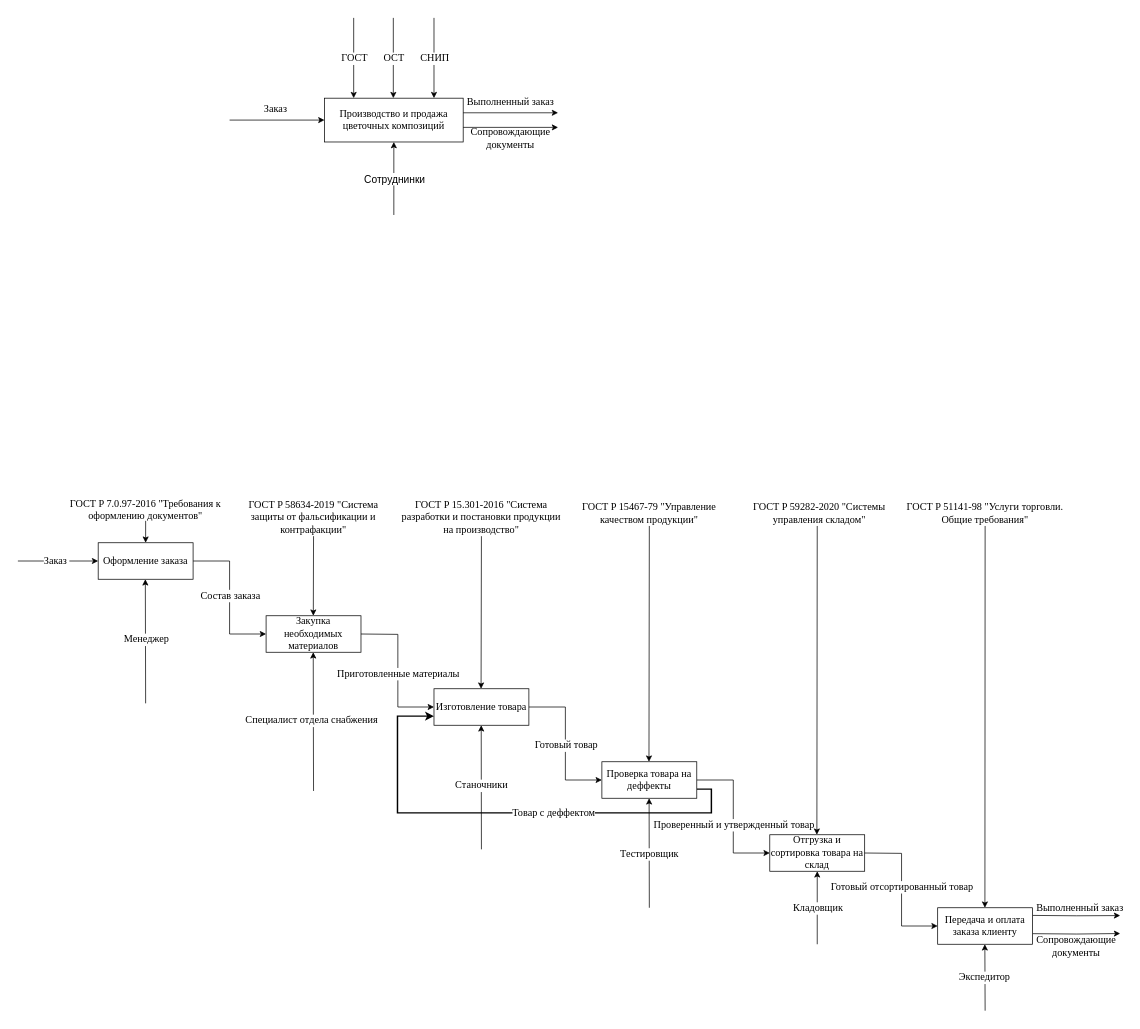
Above: LAB1.drawio in 1kxri/MISPIS (draw.io), before the change. Source tidied: cells renumbered, new cells numbered last; positions are measured from the earlier drawing's top-left corner, leaving out a move shared by most shapes. Both pictures are drawn from the tidied source at 73%, with x=0, y=0 at pixel (18, 18).
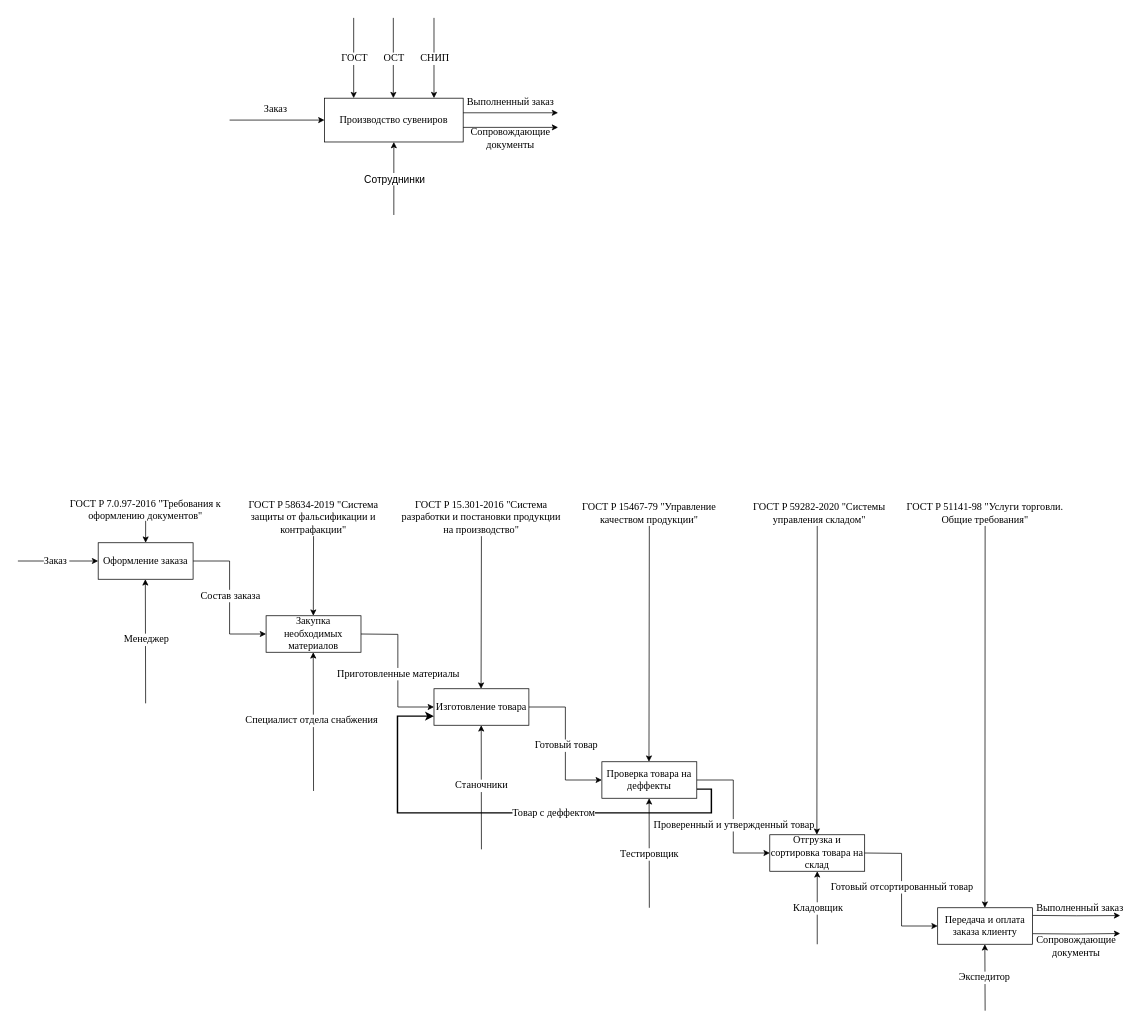
Above is the later version.

Change to the diagram source:
```diff
@@
-    <mxCell id="3" value="Производство и продажа цветочных композиций" style="rounded=0;whiteSpace=wrap;html=1;fontFamily=Times New Roman;fontSize=14;" parent="1" vertex="1">
+    <mxCell id="3" value="Производство сувениров" style="rounded=0;whiteSpace=wrap;html=1;fontFamily=Times New Roman;fontSize=14;" parent="1" vertex="1">
       <mxGeometry x="420" y="110" width="190" height="60" as="geometry" />
     </mxCell>
```
